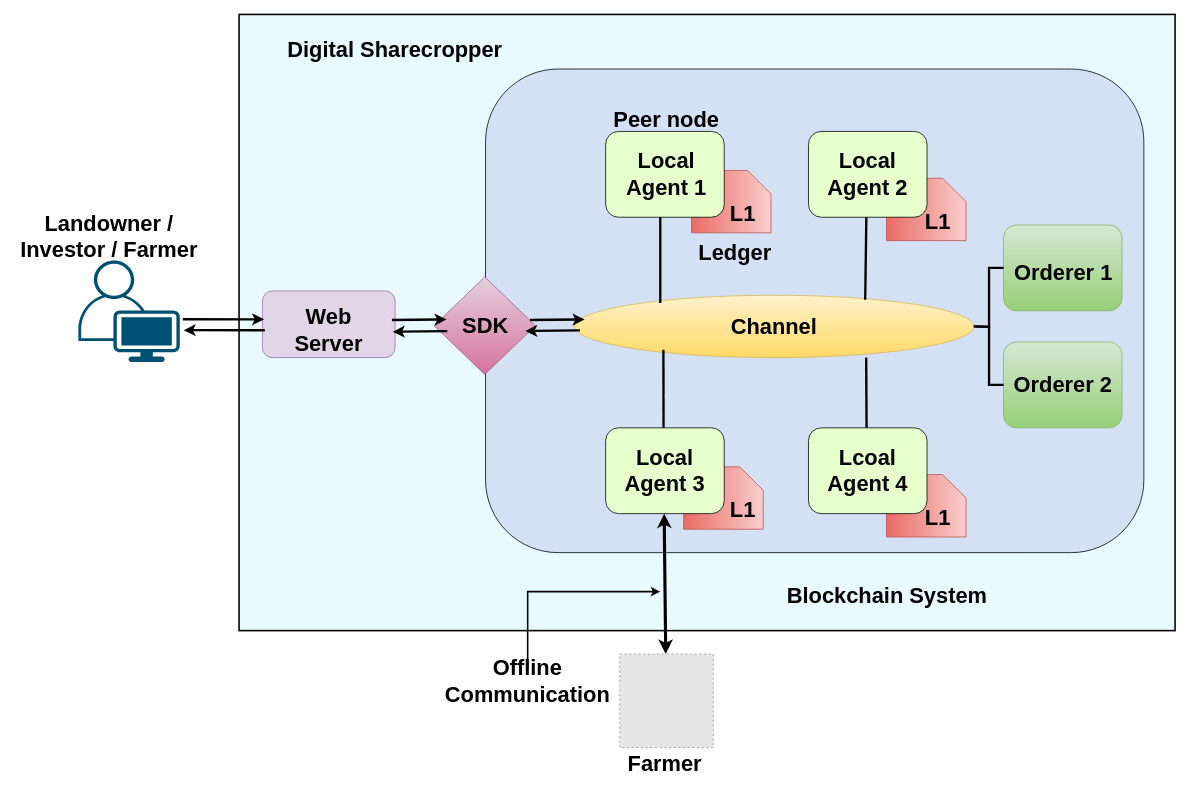
This is page "Page-2" (2 of 4) of files/Fabric-Diagrams.drawio from Arif-Shahriar028/draw.io, a draw.io file, before an edit. Source tidied: cells renumbered, new cells numbered last; positions are measured from the earlier drawing's top-left corner, leaving out a move shared by most shapes. Both pictures are drawn from the tidied source at 78%, with x=0, y=0 at pixel (13, 14). Pictures stored in the file or linked from it are replaced by grey dashed boxes.
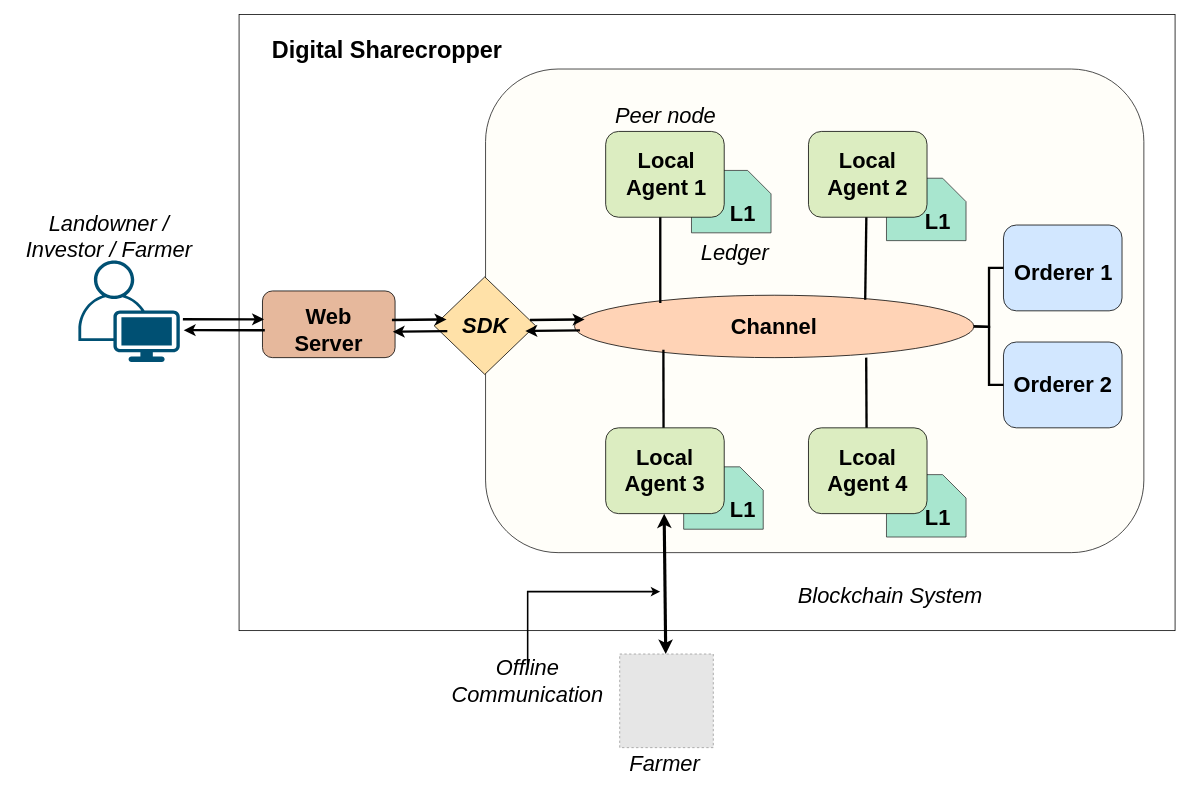
The same page after the edit.

Change to the diagram source:
```diff
@@
-    <mxCell id="2" style="rounded=0;whiteSpace=wrap;html=1;fillColor=#E8FAFF;strokeColor=#000000;strokeWidth=2;fontStyle=1;fontSize=28;" parent="1" vertex="1">
+    <mxCell id="2" style="rounded=0;whiteSpace=wrap;html=1;strokeWidth=1;fontStyle=2;fontSize=28;" parent="1" vertex="1">
       <mxGeometry x="289" width="1200" height="790" as="geometry" />
     </mxCell>
-    <mxCell id="3" style="rounded=1;whiteSpace=wrap;html=1;fillColor=#D4E1F5;fontStyle=1;fontSize=28;" parent="1" vertex="1">
+    <mxCell id="3" style="rounded=1;whiteSpace=wrap;html=1;fontStyle=2;fontSize=28;fillColor=#FFFEF9;fontColor=#333333;strokeColor=#1A1A1A;" parent="1" vertex="1">
       <mxGeometry x="605" y="70" width="844" height="620" as="geometry" />
     </mxCell>
-    <mxCell id="4" style="shape=card;whiteSpace=wrap;html=1;direction=south;fillColor=#f8cecc;gradientColor=#ea6b66;strokeColor=#b85450;fontStyle=1;fontSize=28;" parent="1" vertex="1">
+    <mxCell id="4" style="shape=card;whiteSpace=wrap;html=1;direction=south;fillColor=#a8e6cf;gradientColor=none;strokeColor=#333333;fontStyle=2;fontSize=28;" parent="1" vertex="1">
       <mxGeometry x="1119" y="590" width="102" height="80" as="geometry" />
     </mxCell>
-    <mxCell id="5" style="shape=card;whiteSpace=wrap;html=1;direction=south;fillColor=#f8cecc;gradientColor=#ea6b66;strokeColor=#b85450;fontStyle=1;fontSize=28;" parent="1" vertex="1">
+    <mxCell id="5" style="shape=card;whiteSpace=wrap;html=1;direction=south;fillColor=#a8e6cf;gradientColor=none;strokeColor=#333333;fontStyle=2;fontSize=28;" parent="1" vertex="1">
       <mxGeometry x="859" y="580" width="102" height="80" as="geometry" />
     </mxCell>
-    <mxCell id="6" style="shape=card;whiteSpace=wrap;html=1;direction=south;fillColor=#f8cecc;gradientColor=#ea6b66;strokeColor=#b85450;fontStyle=1;fontSize=28;" parent="1" vertex="1">
+    <mxCell id="6" style="shape=card;whiteSpace=wrap;html=1;direction=south;fillColor=#a8e6cf;gradientColor=none;strokeColor=#333333;fontStyle=2;fontSize=28;" parent="1" vertex="1">
       <mxGeometry x="1119" y="210" width="102" height="80" as="geometry" />
     </mxCell>
-    <mxCell id="7" style="shape=card;whiteSpace=wrap;html=1;direction=south;fillColor=#f8cecc;strokeColor=#b85450;gradientColor=#ea6b66;fontStyle=1;fontSize=28;" parent="1" vertex="1">
+    <mxCell id="7" style="shape=card;whiteSpace=wrap;html=1;direction=south;fillColor=#a8e6cf;strokeColor=#333333;gradientColor=none;fontStyle=2;fontSize=28;" parent="1" vertex="1">
       <mxGeometry x="869" y="200" width="102" height="80" as="geometry" />
     </mxCell>
-    <mxCell id="8" value="&lt;font style=&quot;font-size: 28px;&quot;&gt;Channel&lt;/font&gt;" style="ellipse;whiteSpace=wrap;html=1;fillColor=#fff2cc;strokeColor=#d6b656;gradientColor=#ffd966;fontStyle=1;fontSize=28;" parent="1" vertex="1">
+    <mxCell id="8" value="&lt;font style=&quot;font-size: 28px;&quot;&gt;Channel&lt;/font&gt;" style="ellipse;whiteSpace=wrap;html=1;fillColor=#ffd3b6;strokeColor=#000000;gradientColor=none;fontStyle=1;fontSize=28;" parent="1" vertex="1">
       <mxGeometry x="719" y="360" width="512" height="80" as="geometry" />
     </mxCell>
-    <mxCell id="9" style="rounded=1;whiteSpace=wrap;html=1;fillColor=#E6FFCC;fontStyle=1;fontSize=28;" parent="1" vertex="1">
+    <mxCell id="9" style="rounded=1;whiteSpace=wrap;html=1;fillColor=#dcedc1;fontStyle=2;fontSize=28;" parent="1" vertex="1">
       <mxGeometry x="759" y="150" width="152" height="110" as="geometry" />
     </mxCell>
-    <mxCell id="10" style="rounded=1;whiteSpace=wrap;html=1;fillColor=#E6FFCC;fontStyle=1;fontSize=28;" parent="1" vertex="1">
+    <mxCell id="10" style="rounded=1;whiteSpace=wrap;html=1;fillColor=#dcedc1;fontStyle=2;fontSize=28;" parent="1" vertex="1">
       <mxGeometry x="1019" y="150" width="152" height="110" as="geometry" />
     </mxCell>
-    <mxCell id="11" style="rounded=1;whiteSpace=wrap;html=1;fillColor=#E6FFCC;fontStyle=1;fontSize=28;" parent="1" vertex="1">
+    <mxCell id="11" style="rounded=1;whiteSpace=wrap;html=1;fillColor=#dcedc1;fontStyle=2;fontSize=28;" parent="1" vertex="1">
       <mxGeometry x="759" y="530" width="152" height="110" as="geometry" />
     </mxCell>
-    <mxCell id="12" style="rounded=1;whiteSpace=wrap;html=1;fillColor=#E6FFCC;fontStyle=1;fontSize=28;" parent="1" vertex="1">
+    <mxCell id="12" style="rounded=1;whiteSpace=wrap;html=1;fillColor=#dcedc1;fontStyle=2;fontSize=28;" parent="1" vertex="1">
       <mxGeometry x="1019" y="530" width="152" height="110" as="geometry" />
     </mxCell>
-    <mxCell id="13" style="rounded=1;whiteSpace=wrap;html=1;fillColor=#d5e8d4;strokeColor=#82b366;gradientColor=#97d077;fontStyle=1;fontSize=28;" parent="1" vertex="1">
+    <mxCell id="13" style="rounded=1;whiteSpace=wrap;html=1;fillColor=#d2e7ff;strokeColor=#000000;gradientColor=none;fontStyle=2;fontSize=28;" parent="1" vertex="1">
       <mxGeometry x="1269" y="270" width="152" height="110" as="geometry" />
     </mxCell>
-    <mxCell id="14" style="rhombus;whiteSpace=wrap;html=1;fillColor=#e6d0de;gradientColor=#d5739d;strokeColor=#996185;fontStyle=1;fontSize=28;" parent="1" vertex="1">
+    <mxCell id="14" style="rhombus;whiteSpace=wrap;html=1;fillColor=#ffe1a8;gradientColor=none;strokeColor=#000000;fontStyle=2;fontSize=28;" parent="1" vertex="1">
       <mxGeometry x="539" y="336.5" width="130" height="125" as="geometry" />
     </mxCell>
-    <mxCell id="15" value="&lt;font style=&quot;font-size: 28px;&quot;&gt;&lt;span style=&quot;font-size: 28px;&quot;&gt;SDK&lt;/span&gt;&lt;/font&gt;" style="text;html=1;strokeColor=none;fillColor=none;align=center;verticalAlign=middle;whiteSpace=wrap;rounded=0;fontStyle=1;fontSize=28;" parent="1" vertex="1">
+    <mxCell id="15" value="&lt;font style=&quot;font-size: 28px;&quot;&gt;&lt;span style=&quot;font-size: 28px;&quot;&gt;SDK&lt;/span&gt;&lt;/font&gt;" style="text;html=1;strokeColor=none;fillColor=none;align=center;verticalAlign=middle;whiteSpace=wrap;rounded=0;fontStyle=3;fontSize=28;" parent="1" vertex="1">
       <mxGeometry x="574" y="384" width="62" height="30" as="geometry" />
     </mxCell>
@@
-    <mxCell id="24" value="&lt;font style=&quot;font-size: 28px;&quot;&gt;&lt;span style=&quot;font-size: 28px;&quot;&gt;Peer node&lt;/span&gt;&lt;/font&gt;" style="text;html=1;strokeColor=none;fillColor=none;align=center;verticalAlign=middle;whiteSpace=wrap;rounded=0;fontStyle=1;fontSize=28;" parent="1" vertex="1">
-      <mxGeometry x="766" y="120" width="142" height="30" as="geometry" />
+    <mxCell id="24" value="&lt;font style=&quot;font-size: 28px;&quot;&gt;&lt;span style=&quot;font-size: 28px;&quot;&gt;Peer node&lt;/span&gt;&lt;/font&gt;" style="text;html=1;strokeColor=none;fillColor=none;align=center;verticalAlign=middle;whiteSpace=wrap;rounded=0;fontStyle=2;fontSize=28;" parent="1" vertex="1">
+      <mxGeometry x="765" y="115" width="142" height="30" as="geometry" />
     </mxCell>
-    <mxCell id="25" value="&lt;span style=&quot;font-size: 28px;&quot;&gt;Ledger&lt;/span&gt;" style="text;html=1;strokeColor=none;fillColor=none;align=center;verticalAlign=middle;whiteSpace=wrap;rounded=0;fontStyle=1;fontSize=28;" parent="1" vertex="1">
+    <mxCell id="25" value="&lt;span style=&quot;font-size: 28px;&quot;&gt;Ledger&lt;/span&gt;" style="text;html=1;strokeColor=none;fillColor=none;align=center;verticalAlign=middle;whiteSpace=wrap;rounded=0;fontStyle=2;fontSize=28;" parent="1" vertex="1">
       <mxGeometry x="879" y="290" width="92" height="30" as="geometry" />
     </mxCell>
@@
-    <mxCell id="27" style="endArrow=none;html=1;rounded=0;strokeWidth=3;fontStyle=1;fontSize=28;" parent="1" edge="1">
+    <mxCell id="27" style="endArrow=none;html=1;rounded=0;strokeWidth=3;fontStyle=2;fontSize=28;" parent="1" edge="1">
       <mxGeometry relative="1" as="geometry">
         <mxPoint x="829" y="370" as="sourcePoint" />
         <mxPoint x="829" y="260" as="targetPoint" />
       </mxGeometry>
     </mxCell>
-    <mxCell id="28" style="endArrow=none;html=1;rounded=0;strokeWidth=3;exitX=0.728;exitY=0.072;exitDx=0;exitDy=0;exitPerimeter=0;fontStyle=1;fontSize=28;" parent="1" edge="1" source="8">
+    <mxCell id="28" style="endArrow=none;html=1;rounded=0;strokeWidth=3;exitX=0.728;exitY=0.072;exitDx=0;exitDy=0;exitPerimeter=0;fontStyle=2;fontSize=28;" parent="1" edge="1" source="8">
       <mxGeometry relative="1" as="geometry">
         <mxPoint x="1093.2" y="260" as="targetPoint" />
       </mxGeometry>
     </mxCell>
-    <mxCell id="29" style="endArrow=none;html=1;rounded=0;strokeWidth=3;fontStyle=1;fontSize=28;" parent="1" edge="1">
+    <mxCell id="29" style="endArrow=none;html=1;rounded=0;strokeWidth=3;fontStyle=2;fontSize=28;" parent="1" edge="1">
       <mxGeometry relative="1" as="geometry">
         <mxPoint x="833.2" y="530" as="sourcePoint" />
         <mxPoint x="833" y="430" as="targetPoint" />
       </mxGeometry>
     </mxCell>
-    <mxCell id="30" style="endArrow=none;html=1;rounded=0;strokeWidth=3;fontStyle=1;fontSize=28;" parent="1" edge="1">
+    <mxCell id="30" style="endArrow=none;html=1;rounded=0;strokeWidth=3;fontStyle=2;fontSize=28;" parent="1" edge="1">
       <mxGeometry relative="1" as="geometry">
         <mxPoint x="1093.5" y="530" as="sourcePoint" />
         <mxPoint x="1093" y="440" as="targetPoint" />
       </mxGeometry>
     </mxCell>
-    <mxCell id="31" value="&lt;font style=&quot;font-size: 28px;&quot;&gt;&lt;span style=&quot;font-size: 28px;&quot;&gt;Blockchain System&lt;/span&gt;&lt;/font&gt;" style="text;html=1;strokeColor=none;fillColor=none;align=center;verticalAlign=middle;whiteSpace=wrap;rounded=0;fontStyle=1;fontSize=28;" parent="1" vertex="1">
-      <mxGeometry x="971" y="730" width="298" height="30" as="geometry" />
+    <mxCell id="31" value="&lt;font style=&quot;font-size: 28px;&quot;&gt;&lt;span style=&quot;font-size: 28px;&quot;&gt;Blockchain System&lt;/span&gt;&lt;/font&gt;" style="text;html=1;strokeColor=none;fillColor=none;align=center;verticalAlign=middle;whiteSpace=wrap;rounded=0;fontStyle=2;fontSize=28;" parent="1" vertex="1">
+      <mxGeometry x="975" y="730" width="298" height="30" as="geometry" />
     </mxCell>
-    <mxCell id="32" style="rounded=1;whiteSpace=wrap;html=1;fillColor=#e1d5e7;strokeColor=#9673a6;fontStyle=1;fontSize=28;" parent="1" vertex="1">
+    <mxCell id="32" style="rounded=1;whiteSpace=wrap;html=1;fillColor=#e6b89c;strokeColor=#000000;fontStyle=2;fontSize=28;" parent="1" vertex="1">
       <mxGeometry x="319" y="354.5" width="170" height="85.5" as="geometry" />
     </mxCell>
@@
-    <mxCell id="34" style="endArrow=classic;html=1;rounded=0;exitX=1;exitY=0.5;exitDx=0;exitDy=0;strokeWidth=3;fontStyle=1;fontSize=28;" parent="1" edge="1">
+    <mxCell id="34" style="endArrow=classic;html=1;rounded=0;exitX=1;exitY=0.5;exitDx=0;exitDy=0;strokeWidth=3;fontStyle=2;fontSize=28;" parent="1" edge="1">
       <mxGeometry relative="1" as="geometry">
         <mxPoint x="726" y="405" as="sourcePoint" />
         <mxPoint x="656" y="405.8" as="targetPoint" />
       </mxGeometry>
     </mxCell>
-    <mxCell id="35" style="endArrow=classic;html=1;rounded=0;exitX=1;exitY=0.5;exitDx=0;exitDy=0;strokeWidth=3;fontStyle=1;fontSize=28;" parent="1" edge="1">
+    <mxCell id="35" style="endArrow=classic;html=1;rounded=0;exitX=1;exitY=0.5;exitDx=0;exitDy=0;strokeWidth=3;fontStyle=2;fontSize=28;" parent="1" edge="1">
       <mxGeometry relative="1" as="geometry">
         <mxPoint x="662" y="391.8" as="sourcePoint" />
         <mxPoint x="732" y="391" as="targetPoint" />
       </mxGeometry>
     </mxCell>
-    <mxCell id="36" style="endArrow=classic;html=1;rounded=0;exitX=1;exitY=0.5;exitDx=0;exitDy=0;strokeWidth=3;fontStyle=1;fontSize=28;" parent="1" edge="1">
+    <mxCell id="36" style="endArrow=classic;html=1;rounded=0;exitX=1;exitY=0.5;exitDx=0;exitDy=0;strokeWidth=3;fontStyle=2;fontSize=28;" parent="1" edge="1">
       <mxGeometry relative="1" as="geometry">
         <mxPoint x="485" y="391.8" as="sourcePoint" />
         <mxPoint x="555" y="391" as="targetPoint" />
       </mxGeometry>
     </mxCell>
-    <mxCell id="37" style="endArrow=classic;html=1;rounded=0;exitX=1;exitY=0.5;exitDx=0;exitDy=0;strokeWidth=3;fontStyle=1;fontSize=28;" parent="1" edge="1">
+    <mxCell id="37" style="endArrow=classic;html=1;rounded=0;exitX=1;exitY=0.5;exitDx=0;exitDy=0;strokeWidth=3;fontStyle=2;fontSize=28;" parent="1" edge="1">
       <mxGeometry relative="1" as="geometry">
         <mxPoint x="556" y="406" as="sourcePoint" />
         <mxPoint x="486" y="406.8" as="targetPoint" />
       </mxGeometry>
     </mxCell>
-    <mxCell id="38" style="endArrow=classic;html=1;rounded=0;exitX=1;exitY=0.5;exitDx=0;exitDy=0;strokeWidth=3;fontStyle=1;fontSize=28;" parent="1" edge="1">
+    <mxCell id="38" style="endArrow=classic;html=1;rounded=0;exitX=1;exitY=0.5;exitDx=0;exitDy=0;strokeWidth=3;fontStyle=2;fontSize=28;" parent="1" edge="1">
       <mxGeometry relative="1" as="geometry">
         <mxPoint x="217" y="390.8" as="sourcePoint" />
         <mxPoint x="321" y="390.9" as="targetPoint" />
       </mxGeometry>
     </mxCell>
-    <mxCell id="39" style="endArrow=classic;html=1;rounded=0;exitX=1;exitY=0.5;exitDx=0;exitDy=0;strokeWidth=3;fontStyle=1;fontSize=28;" parent="1" edge="1">
+    <mxCell id="39" style="endArrow=classic;html=1;rounded=0;exitX=1;exitY=0.5;exitDx=0;exitDy=0;strokeWidth=3;fontStyle=2;fontSize=28;" parent="1" edge="1">
       <mxGeometry relative="1" as="geometry">
         <mxPoint x="322" y="404.9" as="sourcePoint" />
         <mxPoint x="218" y="404.8" as="targetPoint" />
       </mxGeometry>
     </mxCell>
-    <mxCell id="40" value="&lt;font style=&quot;font-size: 28px;&quot;&gt;&lt;span style=&quot;font-size: 28px;&quot;&gt;Digital Sharecropper&lt;/span&gt;&lt;/font&gt;" style="text;html=1;strokeColor=none;fillColor=none;align=center;verticalAlign=middle;whiteSpace=wrap;rounded=0;fontStyle=1;fontSize=28;" parent="1" vertex="1">
-      <mxGeometry x="309" y="30" width="360" height="30" as="geometry" />
+    <mxCell id="40" value="&lt;font style=&quot;font-size: 30px;&quot;&gt;&lt;span style=&quot;font-size: 30px;&quot;&gt;Digital Sharecropper&lt;/span&gt;&lt;/font&gt;" style="text;html=1;strokeColor=none;fillColor=none;align=center;verticalAlign=middle;whiteSpace=wrap;rounded=0;fontStyle=1;fontSize=30;" parent="1" vertex="1">
+      <mxGeometry x="299" y="30" width="360" height="30" as="geometry" />
     </mxCell>
-    <mxCell id="41" style="verticalLabelPosition=bottom;sketch=0;html=1;verticalAlign=top;align=center;shape=mxgraph.cisco19.user;fillColor=#005073;strokeColor=none;fontStyle=1;fontSize=28;" parent="1" vertex="1">
+    <mxCell id="41" style="verticalLabelPosition=bottom;sketch=0;html=1;verticalAlign=top;align=center;shape=mxgraph.cisco19.user;fillColor=#005073;strokeColor=none;fontStyle=2;fontSize=28;" parent="1" vertex="1">
       <mxGeometry x="83" y="315.5" width="130" height="130" as="geometry" />
     </mxCell>
-    <mxCell id="42" value="&lt;font style=&quot;font-size: 28px;&quot;&gt;&lt;span style=&quot;font-size: 28px;&quot;&gt;Landowner / Investor / Farmer&lt;/span&gt;&lt;/font&gt;" style="text;html=1;strokeColor=none;fillColor=none;align=center;verticalAlign=middle;whiteSpace=wrap;rounded=0;fontStyle=1;fontSize=28;" parent="1" vertex="1">
+    <mxCell id="42" value="&lt;font style=&quot;font-size: 28px;&quot;&gt;&lt;span style=&quot;font-size: 28px;&quot;&gt;Landowner / Investor / Farmer&lt;/span&gt;&lt;/font&gt;" style="text;html=1;strokeColor=none;fillColor=none;align=center;verticalAlign=middle;whiteSpace=wrap;rounded=0;fontStyle=2;fontSize=28;" parent="1" vertex="1">
       <mxGeometry y="270" width="245" height="30" as="geometry" />
     </mxCell>
-    <mxCell id="43" style="fillColor=#E6E6E6;strokeColor=#999999;dashed=1;html=1;verticalAlign=top;verticalLabelPosition=bottom;labelBackgroundColor=#ffffff;fontStyle=1;fontSize=28;" parent="1" vertex="1">
+    <mxCell id="43" style="fillColor=#E6E6E6;strokeColor=#999999;dashed=1;html=1;verticalAlign=top;verticalLabelPosition=bottom;labelBackgroundColor=#ffffff;fontStyle=2;fontSize=28;" parent="1" vertex="1">
       <mxGeometry x="777" y="820" width="120" height="120" as="geometry" />
     </mxCell>
-    <mxCell id="44" style="endArrow=classic;startArrow=classic;html=1;rounded=0;exitX=0.5;exitY=0;exitDx=0;exitDy=0;strokeWidth=4;fontStyle=1;fontSize=28;" parent="1" edge="1">
+    <mxCell id="44" style="endArrow=classic;startArrow=classic;html=1;rounded=0;exitX=0.5;exitY=0;exitDx=0;exitDy=0;strokeWidth=4;fontStyle=2;fontSize=28;" parent="1" edge="1">
       <mxGeometry relative="1" as="geometry">
         <mxPoint x="836" y="820" as="sourcePoint" />
         <mxPoint x="834" y="640" as="targetPoint" />
       </mxGeometry>
     </mxCell>
-    <mxCell id="45" style="edgeStyle=orthogonalEdgeStyle;rounded=0;jettySize=auto;html=1;exitX=0.5;exitY=0;exitDx=0;exitDy=0;strokeWidth=2;fontStyle=1;fontSize=28;" parent="1" edge="1" source="46">
+    <mxCell id="45" style="edgeStyle=orthogonalEdgeStyle;rounded=0;jettySize=auto;html=1;exitX=0.5;exitY=0;exitDx=0;exitDy=0;strokeWidth=2;fontStyle=2;fontSize=28;" parent="1" edge="1" source="46">
       <mxGeometry relative="1" as="geometry">
         <mxPoint x="829" y="740" as="targetPoint" />
         <Array as="points">
           <mxPoint x="659" y="740" />
         </Array>
       </mxGeometry>
     </mxCell>
-    <mxCell id="46" value="&lt;font style=&quot;font-size: 28px;&quot;&gt;&lt;span style=&quot;font-size: 28px;&quot;&gt;Offline Communication&lt;/span&gt;&lt;/font&gt;" style="text;html=1;strokeColor=none;fillColor=none;align=center;verticalAlign=middle;whiteSpace=wrap;rounded=0;fontStyle=1;fontSize=28;" parent="1" vertex="1">
+    <mxCell id="46" value="&lt;font style=&quot;font-size: 28px;&quot;&gt;&lt;span style=&quot;font-size: 28px;&quot;&gt;Offline Communication&lt;/span&gt;&lt;/font&gt;" style="text;html=1;strokeColor=none;fillColor=none;align=center;verticalAlign=middle;whiteSpace=wrap;rounded=0;fontStyle=2;fontSize=28;" parent="1" vertex="1">
       <mxGeometry x="529" y="840" width="260" height="30" as="geometry" />
     </mxCell>
-    <mxCell id="47" value="&lt;font style=&quot;font-size: 28px;&quot;&gt;&lt;span style=&quot;font-size: 28px;&quot;&gt;Farmer&lt;/span&gt;&lt;/font&gt;" style="text;html=1;strokeColor=none;fillColor=none;align=center;verticalAlign=middle;whiteSpace=wrap;rounded=0;fontStyle=1;fontSize=28;" parent="1" vertex="1">
+    <mxCell id="47" value="&lt;font style=&quot;font-size: 28px;&quot;&gt;&lt;span style=&quot;font-size: 28px;&quot;&gt;Farmer&lt;/span&gt;&lt;/font&gt;" style="text;html=1;strokeColor=none;fillColor=none;align=center;verticalAlign=middle;whiteSpace=wrap;rounded=0;fontStyle=2;fontSize=28;" parent="1" vertex="1">
       <mxGeometry x="805" y="945" width="60" height="30" as="geometry" />
     </mxCell>
-    <mxCell id="48" style="rounded=1;whiteSpace=wrap;html=1;fillColor=#d5e8d4;strokeColor=#82b366;gradientColor=#97d077;fontStyle=1;fontSize=28;" parent="1" vertex="1">
+    <mxCell id="48" style="rounded=1;whiteSpace=wrap;html=1;fillColor=#d2e7ff;strokeColor=#000000;gradientColor=none;fontStyle=2;fontSize=28;" parent="1" vertex="1">
       <mxGeometry x="1269" y="420" width="152" height="110" as="geometry" />
     </mxCell>
@@
-    <mxCell id="50" style="endArrow=none;html=1;rounded=0;edgeStyle=orthogonalEdgeStyle;entryX=0;entryY=0.5;entryDx=0;entryDy=0;strokeWidth=3;fontSize=28;" parent="1" edge="1" target="48">
+    <mxCell id="50" style="endArrow=none;html=1;rounded=0;edgeStyle=orthogonalEdgeStyle;entryX=0;entryY=0.5;entryDx=0;entryDy=0;strokeWidth=3;fontSize=28;fontStyle=2;" parent="1" edge="1" target="48">
       <mxGeometry relative="1" as="geometry">
         <mxPoint x="1231" y="400" as="sourcePoint" />
       </mxGeometry>
     </mxCell>
-    <mxCell id="51" style="endArrow=none;html=1;rounded=0;edgeStyle=orthogonalEdgeStyle;entryX=0;entryY=0.5;entryDx=0;entryDy=0;strokeWidth=3;fontSize=28;" parent="1" edge="1" target="13">
+    <mxCell id="51" style="endArrow=none;html=1;rounded=0;edgeStyle=orthogonalEdgeStyle;entryX=0;entryY=0.5;entryDx=0;entryDy=0;strokeWidth=3;fontSize=28;fontStyle=2;" parent="1" edge="1" target="13">
       <mxGeometry relative="1" as="geometry">
         <mxPoint x="1231" y="400" as="sourcePoint" />
       </mxGeometry>
     </mxCell>
```
